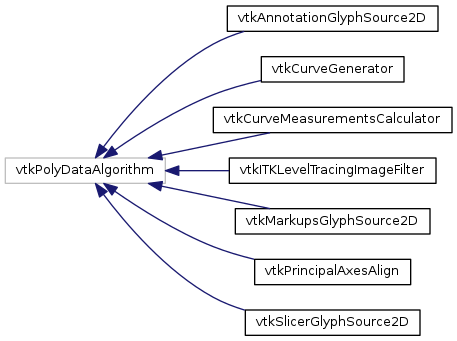
Earlier version of the Graphviz export master/inherit_graph_119.png (jamesobutler/apidocs.slicer.org). Its source is kept beside it as master/inherit_graph_119.dot.
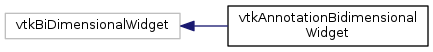
Above is the later version.

What changed in the source:
```diff
@@ -4,19 +4,7 @@
   edge [fontname="Helvetica",fontsize="10",labelfontname="Helvetica",labelfontsize="10"];
   node [fontname="Helvetica",fontsize="10",shape=record];
   rankdir="LR";
-  Node50 [label="vtkPolyDataAlgorithm",height=0.2,width=0.4,color="grey75"];
-  Node50 -> Node0 [dir="back",color="midnightblue",fontsize="10",style="solid",fontname="Helvetica"];
-  Node0 [label="vtkAnnotationGlyphSource2D",height=0.2,width=0.4,color="black",URL="$classvtkAnnotationGlyphSource2D.html"];
-  Node50 -> Node52 [dir="back",color="midnightblue",fontsize="10",style="solid",fontname="Helvetica"];
-  Node52 [label="vtkCurveGenerator",height=0.2,width=0.4,color="black",URL="$classvtkCurveGenerator.html",tooltip="Filter that generates curves between points of an input polydata. "];
-  Node50 -> Node53 [dir="back",color="midnightblue",fontsize="10",style="solid",fontname="Helvetica"];
-  Node53 [label="vtkCurveMeasurementsCalculator",height=0.2,width=0.4,color="black",URL="$classvtkCurveMeasurementsCalculator.html",tooltip="Filter that generates curves between points of an input polydata. "];
-  Node50 -> Node54 [dir="back",color="midnightblue",fontsize="10",style="solid",fontname="Helvetica"];
-  Node54 [label="vtkITKLevelTracingImageFilter",height=0.2,width=0.4,color="black",URL="$classvtkITKLevelTracingImageFilter.html",tooltip="Wrapper class around itk::LevelTracingImageFilterImageFilter. "];
-  Node50 -> Node55 [dir="back",color="midnightblue",fontsize="10",style="solid",fontname="Helvetica"];
-  Node55 [label="vtkMarkupsGlyphSource2D",height=0.2,width=0.4,color="black",URL="$classvtkMarkupsGlyphSource2D.html"];
-  Node50 -> Node56 [dir="back",color="midnightblue",fontsize="10",style="solid",fontname="Helvetica"];
-  Node56 [label="vtkPrincipalAxesAlign",height=0.2,width=0.4,color="black",URL="$classvtkPrincipalAxesAlign.html"];
-  Node50 -> Node57 [dir="back",color="midnightblue",fontsize="10",style="solid",fontname="Helvetica"];
-  Node57 [label="vtkSlicerGlyphSource2D",height=0.2,width=0.4,color="black",URL="$classvtkSlicerGlyphSource2D.html"];
+  Node390 [label="vtkBiDimensionalWidget",height=0.2,width=0.4,color="grey75"];
+  Node390 -> Node0 [dir="back",color="midnightblue",fontsize="10",style="solid",fontname="Helvetica"];
+  Node0 [label="vtkAnnotationBidimensional\lWidget",height=0.2,width=0.4,color="black",URL="$classvtkAnnotationBidimensionalWidget.html"];
 }
```
